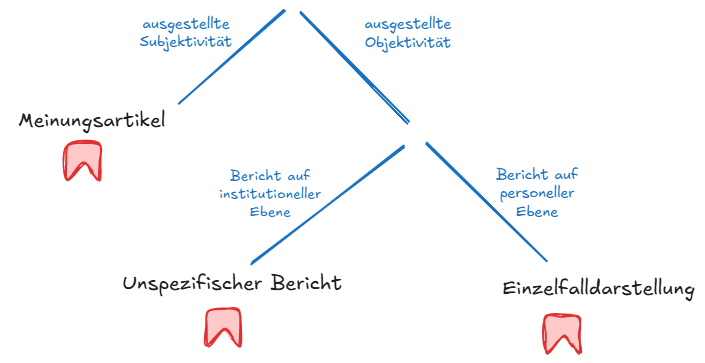
This is assets/armenpflege_kategoriensystem.excalidraw.png from zentralbibliothek-zuerich/zblab-summerschool-2026, a Excalidraw export, as it was before one commit. Source tidied: one line per element, renumbered; positions are measured from the earlier drawing's top-left corner, leaving out a move shared by most shapes.
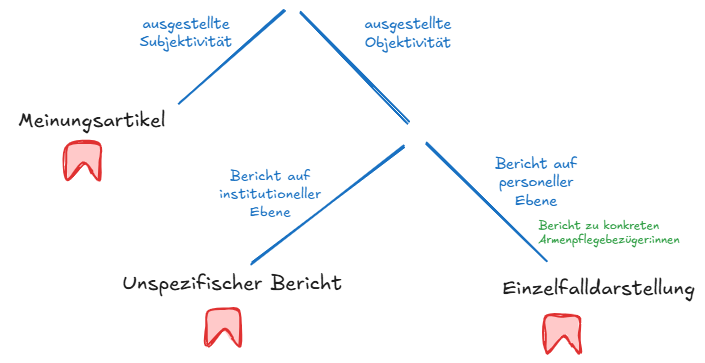
Later version of the same file.

The edit, as a diff of the source:
```diff
@@ -11,4 +11,5 @@
 {"id": 10, "type": "line", "strokeColor": "#e03131", "backgroundColor": "#ffc9c9", "fillStyle": "solid", "strokeWidth": 2, "roughness": 1, "round": true, "x": 561, "y": 334, "width": 35, "height": 38, "points": [[0, 0], [-8, -9], [-25, 8], [-27, -11], [-25, -27], [-9, -30], [7, -27], [8, -10], [8, 8], [0, 0]]}
 {"id": 11, "type": "line", "strokeColor": "#1971c2", "backgroundColor": "#ffffff", "fillStyle": "solid", "strokeWidth": 2, "roughness": 1, "round": true, "x": 241, "y": 252, "width": 151, "height": 116, "points": [[0, 0], [151, -116]]}
 {"id": 12, "type": "text", "text": "Bericht auf\ninstitutioneller\nEbene", "strokeColor": "#1971c2", "backgroundColor": "#ffffff", "fillStyle": "solid", "strokeWidth": 2, "roughness": 1, "fontSize": 14.38, "fontFamily": 5, "textAlign": "center", "x": 198, "y": 157, "width": 124, "height": 54}
-{"id": 13, "type": "text", "text": "Bericht auf\npersoneller\nEbene", "strokeColor": "#1971c2", "backgroundColor": "#ffffff", "fillStyle": "solid", "strokeWidth": 2, "roughness": 1, "fontSize": 14.67, "fontFamily": 5, "textAlign": "center", "x": 477, "y": 155, "width": 100, "height": 55}
+{"id": 13, "type": "text", "text": "Bericht auf\npersoneller\nEbene", "strokeColor": "#1971c2", "backgroundColor": "#ffffff", "fillStyle": "solid", "strokeWidth": 2, "roughness": 1, "fontSize": 14.67, "fontFamily": 5, "textAlign": "center", "x": 476, "y": 144, "width": 100, "height": 55}
+{"id": 14, "type": "text", "text": "Bericht zu konkreten\nArmenpflegebezüger:innen", "strokeColor": "#2f9e44", "strokeWidth": 2, "roughness": 1, "fontSize": 11.75, "fontFamily": 5, "x": 529, "y": 208, "width": 147, "height": 29}
```
